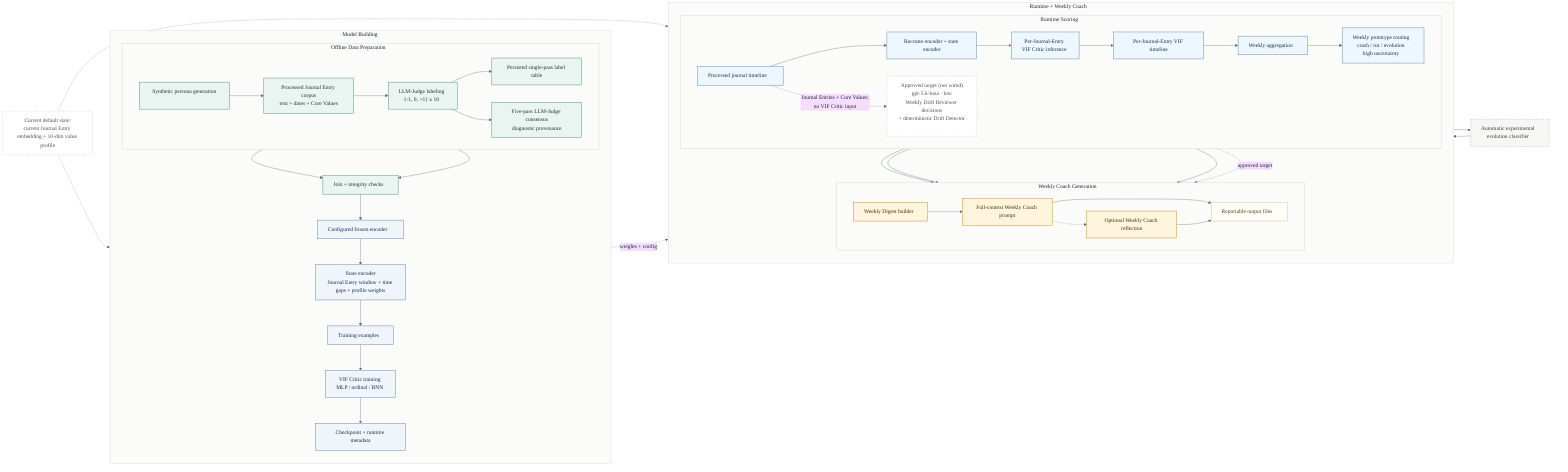
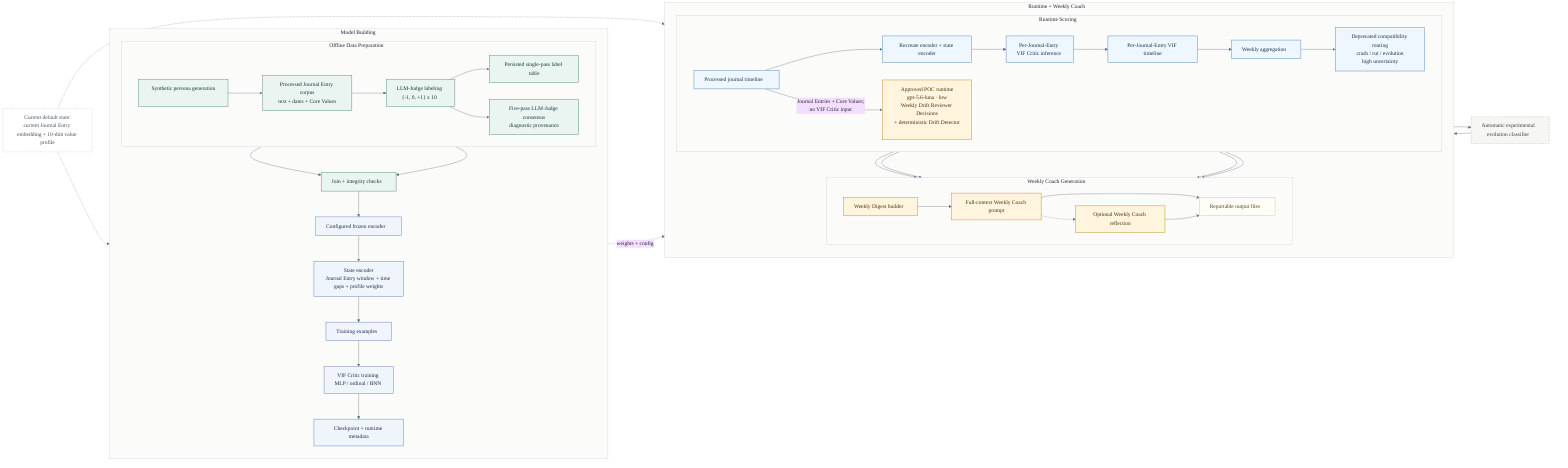
%%{init: {
  'theme': 'base',
  'themeVariables': {
    'fontFamily': 'Aptos, Calibri, Arial, sans-serif',
    'background': '#FFFFFF',
    'lineColor': '#5F6B7A',
    'primaryTextColor': '#1E2430',
    'secondaryTextColor': '#1E2430',
    'tertiaryTextColor': '#1E2430',
    'clusterBkg': '#FBFBF9',
    'clusterBorder': '#C7CDD4'
  }
}}%%
flowchart LR
    classDef prep fill:#EAF4F1,stroke:#4E8A7C,color:#143831,stroke-width:1.3px;
    classDef train fill:#F0F4FB,stroke:#607DBA,color:#1C2A4A,stroke-width:1.3px;
    classDef run fill:#EEF6FF,stroke:#4F86B3,color:#153246,stroke-width:1.3px;
    classDef coach fill:#FFF4DE,stroke:#C28A1B,color:#473004,stroke-width:1.3px;
    classDef optional fill:#F6F6F4,stroke:#9AA39D,color:#38413B,stroke-dasharray: 4 4,stroke-width:1.1px;
    classDef artifact fill:#FFFDF7,stroke:#D3B980,color:#564212,stroke-width:1.1px;
    classDef note fill:#FFFFFF,stroke:#AAB4C2,color:#44505F,stroke-dasharray: 3 3;

    subgraph build_lane["Model Building"]
        direction TB
        subgraph prep_lane["Offline Data Preparation"]
            direction LR
            generator["Synthetic persona generation"]
            wrangled["Processed Journal Entry corpus<br/>text + dates + Core Values"]
            judge["LLM-Judge labeling<br/>{-1, 0, +1} x 10"]
            labels["Persisted single-pass label table"]
            consensus["Five-pass LLM-Judge consensus<br/>diagnostic provenance"]
            generator --> wrangled --> judge --> labels
            judge --> consensus
        end

        merge["Join + integrity checks"]
        encoder_train["Configured frozen encoder"]
        state_train["State encoder<br/>Journal Entry window + time gaps + profile weights"]
        samples["Training examples"]
        critic_train["VIF Critic training<br/>MLP / ordinal / BNN"]
        checkpoint["Checkpoint + runtime metadata"]

        wrangled --> merge
        labels --> merge
        merge --> encoder_train --> state_train --> samples --> critic_train --> checkpoint
    end

    subgraph product_lane["Runtime + Weekly Coach"]
        direction TB
        subgraph run_lane["Runtime Scoring"]
            direction LR
            runtime_input["Processed journal timeline"]
            state_runtime["Recreate encoder + state encoder"]
            critic["Per-Journal-Entry<br/>VIF Critic inference"]
            timeline["Per-Journal-Entry VIF timeline"]
            weekly["Weekly aggregation"]
-             drift["Weekly prototype routing<br/>crash / rut / evolution<br/>high uncertainty"]
-             drift_v1["Approved target (not wired)<br/>gpt-5.6-luna · low<br/>Weekly Drift Reviewer decisions<br/>+ deterministic Drift Detector"]
+             drift["Deprecated compatibility routing<br/>crash / rut / evolution<br/>high uncertainty"]
+             drift_v1["Approved POC runtime<br/>gpt-5.6-luna · low<br/>Weekly Drift Reviewer Decisions<br/>+ deterministic Drift Detector"]
            runtime_input --> state_runtime --> critic --> timeline --> weekly --> drift
        end

        subgraph coach_lane["Weekly Coach Generation"]
            direction LR
            digest["Weekly Digest builder"]
            prompt["Full-context Weekly Coach prompt"]
            narrative["Optional Weekly Coach reflection"]
            exports["Reportable output files"]
            digest --> prompt
            prompt -.-> narrative
            prompt --> exports
            narrative --> exports
        end
    end

    checkpoint -. "weights + config" .-> state_runtime
    runtime_input --> digest
    weekly --> digest
    drift --> digest
-     runtime_input -. "Journal Entries + Core Values;<br/>no VIF Critic input" .-> drift_v1
-     drift_v1 -. "approved target" .-> digest
+     runtime_input -->|"Journal Entries + Core Values;<br/>no VIF Critic input"| drift_v1
+     drift_v1 --> digest

    evolution["Automatic experimental<br/>evolution classifier"]
    weekly --> evolution --> drift

    state_note["Current default state:<br/>current Journal Entry embedding + 10-dim value profile"]
    state_note -.-> state_train
    state_note -.-> state_runtime

    class generator,wrangled,judge,labels,consensus,merge prep;
    class encoder_train,state_train,samples,critic_train,checkpoint train;
    class runtime_input,state_runtime,critic,timeline,weekly,drift run;
-     class digest,prompt,narrative coach;
+     class drift_v1,digest,prompt,narrative coach;
    class evolution optional;
    class exports artifact;
-     class state_note,drift_v1 note;
+     class state_note note;
